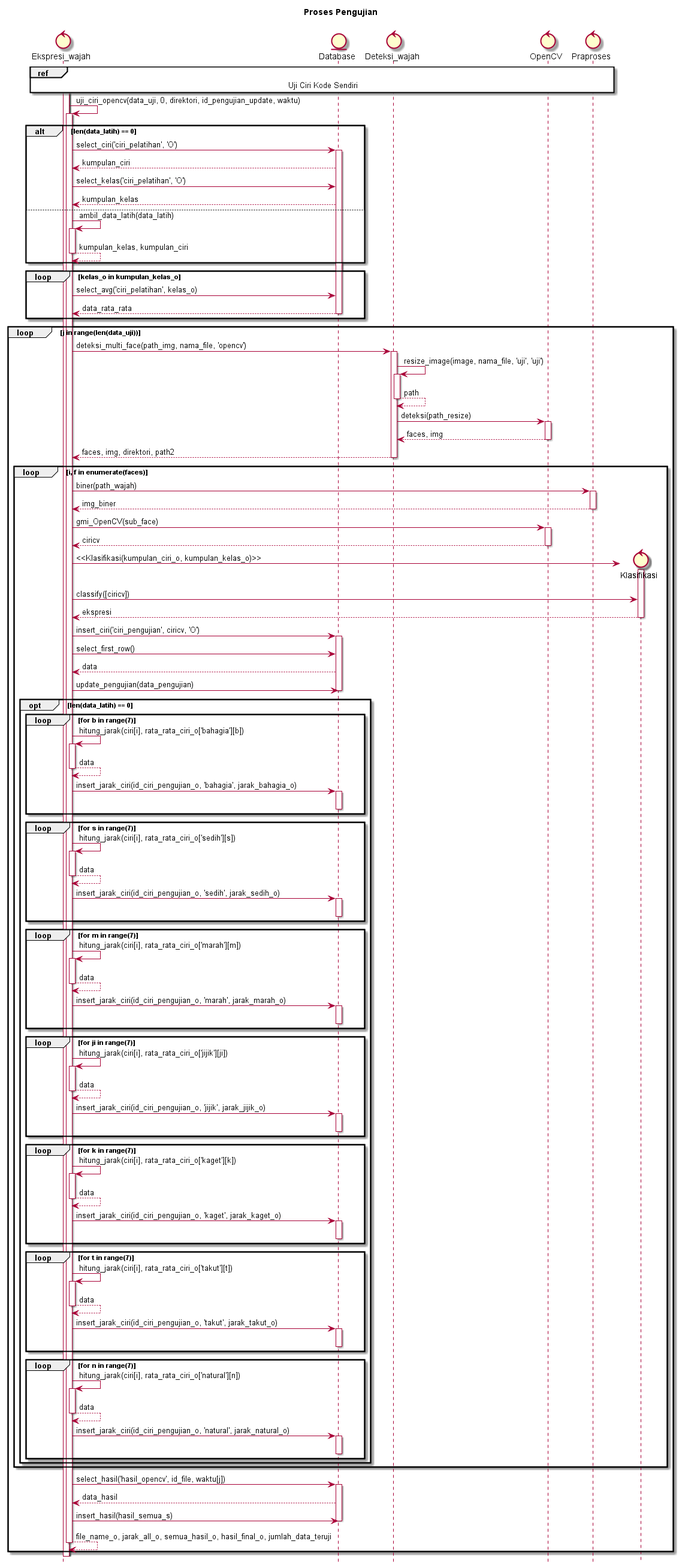
Above: diagram/SD_pengujian2 V2.png in ayulestari10/gmisvm (PlantUML), before the change. The source it was exported from:
```plantuml
@startuml
hide footbox
title Proses Pengujian\n

control Ekspresi_wajah
entity Database
control Deteksi_wajah
control OpenCV
control Praproses

activate Ekspresi_wajah
ref over Ekspresi_wajah, Praproses : Uji Ciri Kode Sendiri
activate Ekspresi_wajah


	Ekspresi_wajah -> Ekspresi_wajah : uji_ciri_opencv(data_uji, 0, direktori, id_pengujian_update, waktu)
	activate Ekspresi_wajah

	alt len(data_latih) == 0
		Ekspresi_wajah -> Database : select_ciri('ciri_pelatihan', 'O')
		activate Database
		Database --> Ekspresi_wajah : kumpulan_ciri

		Ekspresi_wajah -> Database : select_kelas('ciri_pelatihan', 'O')
		Database --> Ekspresi_wajah : kumpulan_kelas
	else
		Ekspresi_wajah -> Ekspresi_wajah : ambil_data_latih(data_latih)
		activate Ekspresi_wajah
		Ekspresi_wajah --> Ekspresi_wajah : kumpulan_kelas, kumpulan_ciri
		deactivate Ekspresi_wajah
	end

	loop kelas_o in kumpulan_kelas_o
		Ekspresi_wajah -> Database : select_avg('ciri_pelatihan', kelas_o)
		Database --> Ekspresi_wajah : data_rata_rata
		deactivate Database
	end

	loop j in range(len(data_uji))
		Ekspresi_wajah -> Deteksi_wajah : deteksi_multi_face(path_img, nama_file, 'opencv')
		activate Deteksi_wajah

		Deteksi_wajah -> Deteksi_wajah : resize_image(image, nama_file, 'uji', 'uji')
		activate Deteksi_wajah
		Deteksi_wajah --> Deteksi_wajah : path
		deactivate Deteksi_wajah

		Deteksi_wajah -> OpenCV : deteksi(path_resize)
		activate OpenCV
		OpenCV --> Deteksi_wajah : faces, img
		deactivate OpenCV
		Deteksi_wajah --> Ekspresi_wajah : faces, img, direktori, path2
		deactivate Deteksi_wajah



		loop i, f in enumerate(faces)
			Ekspresi_wajah -> Praproses : biner(path_wajah)
			activate Praproses
			Praproses --> Ekspresi_wajah : img_biner
			deactivate Praproses

			Ekspresi_wajah -> OpenCV : gmi_OpenCV(sub_face)
			activate OpenCV
			OpenCV --> Ekspresi_wajah : ciricv
			deactivate OpenCV

			create control Klasifikasi
			Ekspresi_wajah -> Klasifikasi : <<Klasifikasi(kumpulan_ciri_o, kumpulan_kelas_o)>>
			activate Klasifikasi
			Ekspresi_wajah -> Klasifikasi : classify([ciricv])
			Klasifikasi --> Ekspresi_wajah : ekspresi
			deactivate Klasifikasi

			Ekspresi_wajah -> Database : insert_ciri('ciri_pengujian', ciricv, 'O')
			activate Database
			Ekspresi_wajah -> Database : select_first_row()
			Database --> Ekspresi_wajah : data
			Ekspresi_wajah -> Database : update_pengujian(data_pengujian)
			deactivate Database

			opt len(data_latih) == 0
				loop for b in range(7)
					Ekspresi_wajah -> Ekspresi_wajah : hitung_jarak(ciri[i], rata_rata_ciri_o['bahagia'][b])
					activate Ekspresi_wajah
					Ekspresi_wajah --> Ekspresi_wajah : data
					deactivate Ekspresi_wajah
					Ekspresi_wajah -> Database : insert_jarak_ciri(id_ciri_pengujian_o, 'bahagia', jarak_bahagia_o)
					activate Database
					deactivate Database
				end

				loop for s in range(7)
					Ekspresi_wajah -> Ekspresi_wajah : hitung_jarak(ciri[i], rata_rata_ciri_o['sedih'][s])
					activate Ekspresi_wajah
					Ekspresi_wajah --> Ekspresi_wajah : data
					deactivate Ekspresi_wajah
					Ekspresi_wajah -> Database : insert_jarak_ciri(id_ciri_pengujian_o, 'sedih', jarak_sedih_o)
					activate Database
					deactivate Database
				end

				loop for m in range(7)
					Ekspresi_wajah -> Ekspresi_wajah : hitung_jarak(ciri[i], rata_rata_ciri_o['marah'][m])
					activate Ekspresi_wajah
					Ekspresi_wajah --> Ekspresi_wajah : data
					deactivate Ekspresi_wajah
					Ekspresi_wajah -> Database : insert_jarak_ciri(id_ciri_pengujian_o, 'marah', jarak_marah_o)
					activate Database
					deactivate Database
				end

				loop for ji in range(7)
					Ekspresi_wajah -> Ekspresi_wajah : hitung_jarak(ciri[i], rata_rata_ciri_o['jijik'][ji])
					activate Ekspresi_wajah
					Ekspresi_wajah --> Ekspresi_wajah : data
					deactivate Ekspresi_wajah
					Ekspresi_wajah -> Database : insert_jarak_ciri(id_ciri_pengujian_o, 'jijik', jarak_jijik_o)
					activate Database
					deactivate Database
				end

				loop for k in range(7)
					Ekspresi_wajah -> Ekspresi_wajah : hitung_jarak(ciri[i], rata_rata_ciri_o['kaget'][k])
					activate Ekspresi_wajah
					Ekspresi_wajah --> Ekspresi_wajah : data
					deactivate Ekspresi_wajah
					Ekspresi_wajah -> Database : insert_jarak_ciri(id_ciri_pengujian_o, 'kaget', jarak_kaget_o)
					activate Database
					deactivate Database
				end

				loop for t in range(7)
					Ekspresi_wajah -> Ekspresi_wajah : hitung_jarak(ciri[i], rata_rata_ciri_o['takut'][t])
					activate Ekspresi_wajah
					Ekspresi_wajah --> Ekspresi_wajah : data
					deactivate Ekspresi_wajah
					Ekspresi_wajah -> Database : insert_jarak_ciri(id_ciri_pengujian_o, 'takut', jarak_takut_o)
					activate Database
					deactivate Database
				end

				loop for n in range(7)
					Ekspresi_wajah -> Ekspresi_wajah : hitung_jarak(ciri[i], rata_rata_ciri_o['natural'][n])
					activate Ekspresi_wajah
					Ekspresi_wajah --> Ekspresi_wajah : data
					deactivate Ekspresi_wajah
					Ekspresi_wajah -> Database : insert_jarak_ciri(id_ciri_pengujian_o, 'natural', jarak_natural_o)
					activate Database
					deactivate Database
				end
			end
		end



		Ekspresi_wajah -> Database : select_hasil('hasil_opencv', id_file, waktu[j])
		activate Database
		Database --> Ekspresi_wajah : data_hasil
		Ekspresi_wajah -> Database : insert_hasil(hasil_semua_s)
		deactivate Database

		Ekspresi_wajah --> Ekspresi_wajah : file_name_o, jarak_all_o, semua_hasil_o, hasil_final_o, jumlah_data_teruji

		deactivate Ekspresi_wajah
	end

@enduml
```
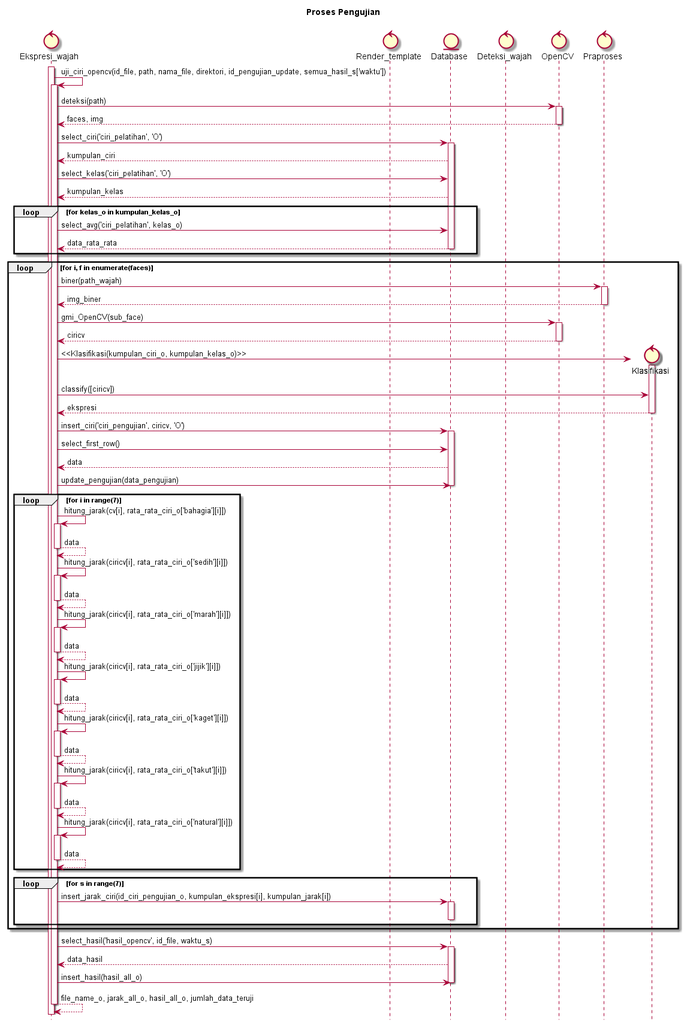
After the change.

Change to the diagram source:
```diff
@@ -3,166 +3,113 @@
 title Proses Pengujian\n
 
 control Ekspresi_wajah
+control Render_template
 entity Database
 control Deteksi_wajah
 control OpenCV
 control Praproses
 
 activate Ekspresi_wajah
-ref over Ekspresi_wajah, Praproses : Uji Ciri Kode Sendiri
-activate Ekspresi_wajah
+
+	Ekspresi_wajah -> Ekspresi_wajah : uji_ciri_opencv(id_file, path, nama_file, direktori, id_pengujian_update, semua_hasil_s['waktu'])
+	activate Ekspresi_wajah
+
+	Ekspresi_wajah -> OpenCV : deteksi(path)
+	activate OpenCV
+	OpenCV --> Ekspresi_wajah : faces, img
+	deactivate OpenCV
+
+	Ekspresi_wajah -> Database : select_ciri('ciri_pelatihan', 'O')
+	activate Database
+	Database --> Ekspresi_wajah : kumpulan_ciri
+
+	Ekspresi_wajah -> Database : select_kelas('ciri_pelatihan', 'O')
+	Database --> Ekspresi_wajah : kumpulan_kelas
 
 
-	Ekspresi_wajah -> Ekspresi_wajah : uji_ciri_opencv(data_uji, 0, direktori, id_pengujian_update, waktu)
-	activate Ekspresi_wajah
-
-	alt len(data_latih) == 0
-		Ekspresi_wajah -> Database : select_ciri('ciri_pelatihan', 'O')
-		activate Database
-		Database --> Ekspresi_wajah : kumpulan_ciri
-
-		Ekspresi_wajah -> Database : select_kelas('ciri_pelatihan', 'O')
-		Database --> Ekspresi_wajah : kumpulan_kelas
-	else
-		Ekspresi_wajah -> Ekspresi_wajah : ambil_data_latih(data_latih)
-		activate Ekspresi_wajah
-		Ekspresi_wajah --> Ekspresi_wajah : kumpulan_kelas, kumpulan_ciri
-		deactivate Ekspresi_wajah
-	end
-
-	loop kelas_o in kumpulan_kelas_o
+	loop for kelas_o in kumpulan_kelas_o
 		Ekspresi_wajah -> Database : select_avg('ciri_pelatihan', kelas_o)
 		Database --> Ekspresi_wajah : data_rata_rata
 		deactivate Database
 	end
 
-	loop j in range(len(data_uji))
-		Ekspresi_wajah -> Deteksi_wajah : deteksi_multi_face(path_img, nama_file, 'opencv')
-		activate Deteksi_wajah
 
-		Deteksi_wajah -> Deteksi_wajah : resize_image(image, nama_file, 'uji', 'uji')
-		activate Deteksi_wajah
-		Deteksi_wajah --> Deteksi_wajah : path
-		deactivate Deteksi_wajah
+	loop for i, f in enumerate(faces)
+		Ekspresi_wajah -> Praproses : biner(path_wajah)
+		activate Praproses
+		Praproses --> Ekspresi_wajah : img_biner
+		deactivate Praproses
 
-		Deteksi_wajah -> OpenCV : deteksi(path_resize)
+		Ekspresi_wajah -> OpenCV : gmi_OpenCV(sub_face)
 		activate OpenCV
-		OpenCV --> Deteksi_wajah : faces, img
+		OpenCV --> Ekspresi_wajah : ciricv
 		deactivate OpenCV
-		Deteksi_wajah --> Ekspresi_wajah : faces, img, direktori, path2
-		deactivate Deteksi_wajah
+
+		create control Klasifikasi
+		Ekspresi_wajah -> Klasifikasi : <<Klasifikasi(kumpulan_ciri_o, kumpulan_kelas_o)>>
+		activate Klasifikasi
+		Ekspresi_wajah -> Klasifikasi : classify([ciricv])
+		Klasifikasi --> Ekspresi_wajah : ekspresi
+		deactivate Klasifikasi
+
+		Ekspresi_wajah -> Database : insert_ciri('ciri_pengujian', ciricv, 'O')
+		activate Database
+		Ekspresi_wajah -> Database : select_first_row()
+		Database --> Ekspresi_wajah : data
+		Ekspresi_wajah -> Database : update_pengujian(data_pengujian)
+		deactivate Database
+
+
+		loop for i in range(7)
+			Ekspresi_wajah -> Ekspresi_wajah : hitung_jarak(cv[i], rata_rata_ciri_o['bahagia'][i]])
+			activate Ekspresi_wajah
+			Ekspresi_wajah --> Ekspresi_wajah : data
+			deactivate Ekspresi_wajah
+			Ekspresi_wajah -> Ekspresi_wajah : hitung_jarak(ciricv[i], rata_rata_ciri_o['sedih'][i]])
+			activate Ekspresi_wajah
+			Ekspresi_wajah --> Ekspresi_wajah : data
+			deactivate Ekspresi_wajah
+			Ekspresi_wajah -> Ekspresi_wajah : hitung_jarak(ciricv[i], rata_rata_ciri_o['marah'][i]])
+			activate Ekspresi_wajah
+			Ekspresi_wajah --> Ekspresi_wajah : data
+			deactivate Ekspresi_wajah
+			Ekspresi_wajah -> Ekspresi_wajah : hitung_jarak(ciricv[i], rata_rata_ciri_o['jijik'][i]])
+			activate Ekspresi_wajah
+			Ekspresi_wajah --> Ekspresi_wajah : data
+			deactivate Ekspresi_wajah
+			Ekspresi_wajah -> Ekspresi_wajah : hitung_jarak(ciricv[i], rata_rata_ciri_o['kaget'][i]])
+			activate Ekspresi_wajah
+			Ekspresi_wajah --> Ekspresi_wajah : data
+			deactivate Ekspresi_wajah
+			Ekspresi_wajah -> Ekspresi_wajah : hitung_jarak(ciricv[i], rata_rata_ciri_o['takut'][i]])
+			activate Ekspresi_wajah
+			Ekspresi_wajah --> Ekspresi_wajah : data
+			deactivate Ekspresi_wajah
+			Ekspresi_wajah -> Ekspresi_wajah : hitung_jarak(ciricv[i], rata_rata_ciri_o['natural'][i]])
+			activate Ekspresi_wajah
+			Ekspresi_wajah --> Ekspresi_wajah : data
+			deactivate Ekspresi_wajah
+		end
+
+		loop for s in range(7)
+			Ekspresi_wajah -> Database : insert_jarak_ciri(id_ciri_pengujian_o, kumpulan_ekspresi[i], kumpulan_jarak[i])
+			activate Database
+			deactivate Database
+		end
+
+	end
 
 
 
-		loop i, f in enumerate(faces)
-			Ekspresi_wajah -> Praproses : biner(path_wajah)
-			activate Praproses
-			Praproses --> Ekspresi_wajah : img_biner
-			deactivate Praproses
+	Ekspresi_wajah -> Database : select_hasil('hasil_opencv', id_file, waktu_s)
+	activate Database
+	Database --> Ekspresi_wajah : data_hasil
+	Ekspresi_wajah -> Database : insert_hasil(hasil_all_o)
+	deactivate Database
 
-			Ekspresi_wajah -> OpenCV : gmi_OpenCV(sub_face)
-			activate OpenCV
-			OpenCV --> Ekspresi_wajah : ciricv
-			deactivate OpenCV
+	Ekspresi_wajah --> Ekspresi_wajah : file_name_o, jarak_all_o, hasil_all_o, jumlah_data_teruji
 
-			create control Klasifikasi
-			Ekspresi_wajah -> Klasifikasi : <<Klasifikasi(kumpulan_ciri_o, kumpulan_kelas_o)>>
-			activate Klasifikasi
-			Ekspresi_wajah -> Klasifikasi : classify([ciricv])
-			Klasifikasi --> Ekspresi_wajah : ekspresi
-			deactivate Klasifikasi
-
-			Ekspresi_wajah -> Database : insert_ciri('ciri_pengujian', ciricv, 'O')
-			activate Database
-			Ekspresi_wajah -> Database : select_first_row()
-			Database --> Ekspresi_wajah : data
-			Ekspresi_wajah -> Database : update_pengujian(data_pengujian)
-			deactivate Database
-
-			opt len(data_latih) == 0
-				loop for b in range(7)
-					Ekspresi_wajah -> Ekspresi_wajah : hitung_jarak(ciri[i], rata_rata_ciri_o['bahagia'][b])
-					activate Ekspresi_wajah
-					Ekspresi_wajah --> Ekspresi_wajah : data
-					deactivate Ekspresi_wajah
-					Ekspresi_wajah -> Database : insert_jarak_ciri(id_ciri_pengujian_o, 'bahagia', jarak_bahagia_o)
-					activate Database
-					deactivate Database
-				end
-
-				loop for s in range(7)
-					Ekspresi_wajah -> Ekspresi_wajah : hitung_jarak(ciri[i], rata_rata_ciri_o['sedih'][s])
-					activate Ekspresi_wajah
-					Ekspresi_wajah --> Ekspresi_wajah : data
-					deactivate Ekspresi_wajah
-					Ekspresi_wajah -> Database : insert_jarak_ciri(id_ciri_pengujian_o, 'sedih', jarak_sedih_o)
-					activate Database
-					deactivate Database
-				end
-
-				loop for m in range(7)
-					Ekspresi_wajah -> Ekspresi_wajah : hitung_jarak(ciri[i], rata_rata_ciri_o['marah'][m])
-					activate Ekspresi_wajah
-					Ekspresi_wajah --> Ekspresi_wajah : data
-					deactivate Ekspresi_wajah
-					Ekspresi_wajah -> Database : insert_jarak_ciri(id_ciri_pengujian_o, 'marah', jarak_marah_o)
-					activate Database
-					deactivate Database
-				end
-
-				loop for ji in range(7)
-					Ekspresi_wajah -> Ekspresi_wajah : hitung_jarak(ciri[i], rata_rata_ciri_o['jijik'][ji])
-					activate Ekspresi_wajah
-					Ekspresi_wajah --> Ekspresi_wajah : data
-					deactivate Ekspresi_wajah
-					Ekspresi_wajah -> Database : insert_jarak_ciri(id_ciri_pengujian_o, 'jijik', jarak_jijik_o)
-					activate Database
-					deactivate Database
-				end
-
-				loop for k in range(7)
-					Ekspresi_wajah -> Ekspresi_wajah : hitung_jarak(ciri[i], rata_rata_ciri_o['kaget'][k])
-					activate Ekspresi_wajah
-					Ekspresi_wajah --> Ekspresi_wajah : data
-					deactivate Ekspresi_wajah
-					Ekspresi_wajah -> Database : insert_jarak_ciri(id_ciri_pengujian_o, 'kaget', jarak_kaget_o)
-					activate Database
-					deactivate Database
-				end
-
-				loop for t in range(7)
-					Ekspresi_wajah -> Ekspresi_wajah : hitung_jarak(ciri[i], rata_rata_ciri_o['takut'][t])
-					activate Ekspresi_wajah
-					Ekspresi_wajah --> Ekspresi_wajah : data
-					deactivate Ekspresi_wajah
-					Ekspresi_wajah -> Database : insert_jarak_ciri(id_ciri_pengujian_o, 'takut', jarak_takut_o)
-					activate Database
-					deactivate Database
-				end
-
-				loop for n in range(7)
-					Ekspresi_wajah -> Ekspresi_wajah : hitung_jarak(ciri[i], rata_rata_ciri_o['natural'][n])
-					activate Ekspresi_wajah
-					Ekspresi_wajah --> Ekspresi_wajah : data
-					deactivate Ekspresi_wajah
-					Ekspresi_wajah -> Database : insert_jarak_ciri(id_ciri_pengujian_o, 'natural', jarak_natural_o)
-					activate Database
-					deactivate Database
-				end
-			end
-		end
+	deactivate Ekspresi_wajah
 
 
-
-		Ekspresi_wajah -> Database : select_hasil('hasil_opencv', id_file, waktu[j])
-		activate Database
-		Database --> Ekspresi_wajah : data_hasil
-		Ekspresi_wajah -> Database : insert_hasil(hasil_semua_s)
-		deactivate Database
-
-		Ekspresi_wajah --> Ekspresi_wajah : file_name_o, jarak_all_o, semua_hasil_o, hasil_final_o, jumlah_data_teruji
-
-		deactivate Ekspresi_wajah
-	end
-
 @enduml
```
